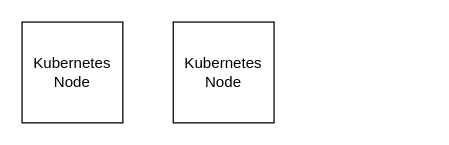
Before: Untitled Diagram.drawio in programmerohit/katacoda-scenarios, a draw.io diagram. Source tidied: cells renumbered, new cells numbered last; positions are measured from the earlier drawing's top-left corner, leaving out a move shared by most shapes. Both pictures are drawn from the tidied source at 126%, with x=0, y=0 at pixel (21, 21).
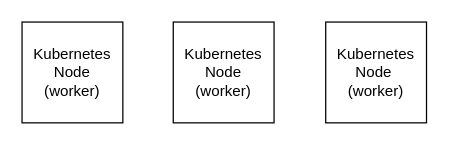
The same page after the edit.

Change to the diagram source:
```diff
@@
 <mxGraphModel>
   <root>
     <mxCell id="0" />
     <mxCell id="1" parent="0" />
-    <mxCell id="2" value="&lt;div&gt;Kubernetes Node&lt;/div&gt;" style="whiteSpace=wrap;html=1;" parent="1" vertex="1">
+    <mxCell id="2" value="&lt;div&gt;Kubernetes Node&lt;/div&gt;&lt;div&gt;(worker)&lt;/div&gt;" style="whiteSpace=wrap;html=1;" parent="1" vertex="1">
       <mxGeometry width="80" height="80" as="geometry" />
     </mxCell>
-    <mxCell id="3" value="&lt;div&gt;Kubernetes Node&lt;/div&gt;" style="whiteSpace=wrap;html=1;" parent="1" vertex="1">
+    <mxCell id="3" value="&lt;div&gt;Kubernetes Node&lt;/div&gt;&lt;div&gt;(worker)&lt;/div&gt;" style="whiteSpace=wrap;html=1;" parent="1" vertex="1">
       <mxGeometry x="120" width="80" height="80" as="geometry" />
     </mxCell>
+    <mxCell id="4" value="&lt;div&gt;Kubernetes Node&amp;nbsp;&lt;/div&gt;&lt;div&gt;(worker)&lt;/div&gt;" style="whiteSpace=wrap;html=1;" parent="1" vertex="1">
+      <mxGeometry x="241" width="80" height="80" as="geometry" />
+    </mxCell>
   </root>
 </mxGraphModel>
```
